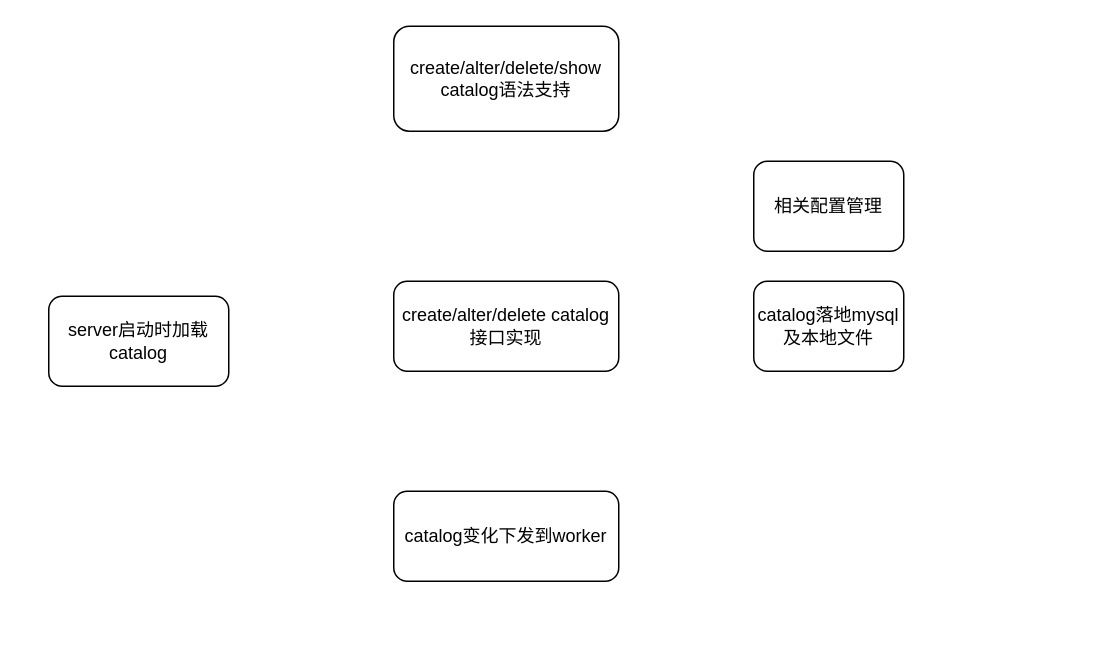
Before: Untitled Diagram.drawio in willhan123/Docs, a draw.io diagram. Source tidied: cells renumbered, new cells numbered last; positions are measured from the earlier drawing's top-left corner, leaving out a move shared by most shapes. Both pictures are drawn from the tidied source at 150%, with x=0, y=0 at pixel (48, 26).
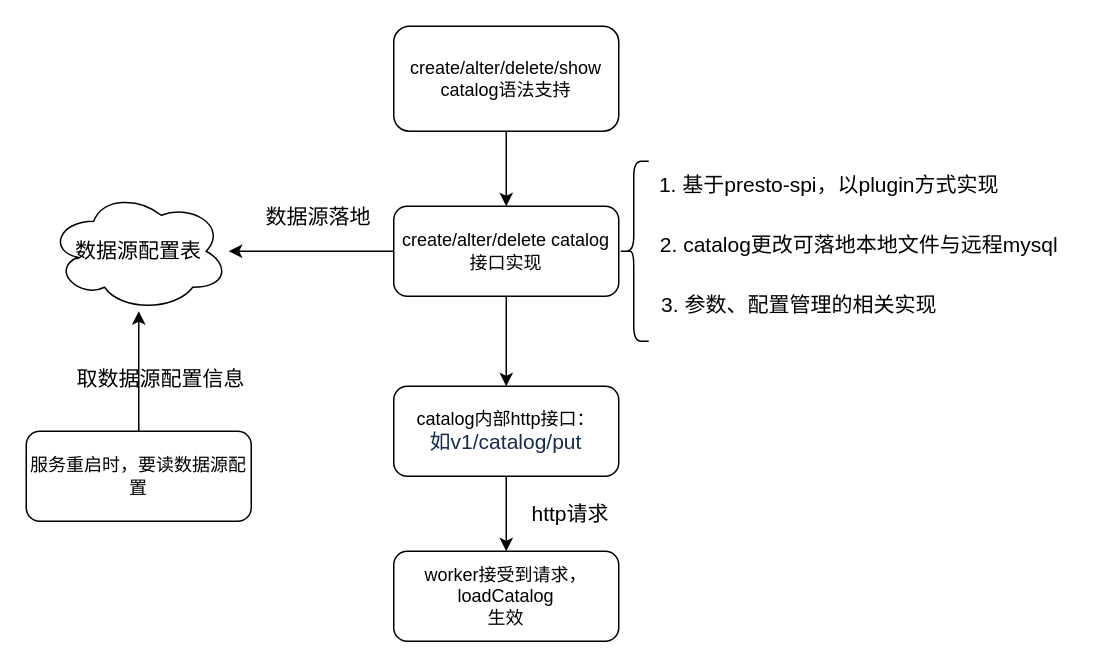
After the change.

The change refers to these unchanged cells:
```xml
<mxCell id="2" value="create/alter/delete/show catalog语法支持" style="rounded=1;whiteSpace=wrap;html=1;" parent="1" vertex="1">
  <mxGeometry x="230" width="150" height="70" as="geometry" />
</mxCell>
```

What changed in the source:
```diff
@@
+    <mxCell id="8" style="edgeStyle=orthogonalEdgeStyle;rounded=0;jettySize=auto;html=1;fontSize=14;" parent="1" edge="1" source="2" target="3">
+      <mxGeometry relative="1" as="geometry" />
+    </mxCell>
@@
+    <mxCell id="9" style="edgeStyle=orthogonalEdgeStyle;rounded=0;jettySize=auto;html=1;fontSize=14;" parent="1" edge="1" source="3" target="4">
+      <mxGeometry relative="1" as="geometry" />
+    </mxCell>
+    <mxCell id="10" style="edgeStyle=orthogonalEdgeStyle;rounded=0;jettySize=auto;html=1;fontSize=14;" parent="1" edge="1" source="3" target="18">
+      <mxGeometry relative="1" as="geometry" />
+    </mxCell>
     <mxCell id="3" value="create/alter/delete catalog接口实现" style="rounded=1;whiteSpace=wrap;html=1;" parent="1" vertex="1">
-      <mxGeometry x="230" y="170" width="150" height="60" as="geometry" />
+      <mxGeometry x="230" y="120" width="150" height="60" as="geometry" />
     </mxCell>
+    <mxCell id="11" style="edgeStyle=orthogonalEdgeStyle;rounded=0;jettySize=auto;html=1;fontSize=14;" parent="1" edge="1" source="4" target="12">
+      <mxGeometry relative="1" as="geometry" />
+    </mxCell>
-    <mxCell id="4" value="catalog变化下发到worker" style="rounded=1;whiteSpace=wrap;html=1;" parent="1" vertex="1">
-      <mxGeometry x="230" y="310" width="150" height="60" as="geometry" />
+    <mxCell id="4" value="&lt;div&gt;catalog内部http接口：&lt;/div&gt;&lt;span style=&quot;color: rgb(23 , 43 , 77) ; font-family: , &amp;#34;blinkmacsystemfont&amp;#34; , &amp;#34;segoe ui&amp;#34; , &amp;#34;roboto&amp;#34; , &amp;#34;oxygen&amp;#34; , &amp;#34;ubuntu&amp;#34; , &amp;#34;fira sans&amp;#34; , &amp;#34;droid sans&amp;#34; , &amp;#34;helvetica neue&amp;#34; , sans-serif ; font-size: 14px ; background-color: rgb(255 , 255 , 255)&quot;&gt;如v1/catalog/put&lt;/span&gt;" style="rounded=1;whiteSpace=wrap;html=1;" parent="1" vertex="1">
+      <mxGeometry x="230" y="240" width="150" height="60" as="geometry" />
     </mxCell>
-    <mxCell id="5" value="server启动时加载catalog" style="rounded=1;whiteSpace=wrap;html=1;" parent="1" vertex="1">
-      <mxGeometry y="180" width="120" height="60" as="geometry" />
-    </mxCell>
-    <mxCell id="6" value="catalog落地mysql及本地文件" style="rounded=1;whiteSpace=wrap;html=1;" parent="1" vertex="1">
-      <mxGeometry x="470" y="170" width="100" height="60" as="geometry" />
-    </mxCell>
-    <mxCell id="7" value="相关配置管理" style="rounded=1;whiteSpace=wrap;html=1;" parent="1" vertex="1">
-      <mxGeometry x="470" y="90" width="100" height="60" as="geometry" />
-    </mxCell>
+    <mxCell id="12" value="worker接受到请求，loadCatalog&lt;br&gt;生效" style="rounded=1;whiteSpace=wrap;html=1;" parent="1" vertex="1">
+      <mxGeometry x="230" y="350" width="150" height="60" as="geometry" />
+    </mxCell>
+    <mxCell id="13" style="shape=curlyBracket;whiteSpace=wrap;html=1;rounded=1;" parent="1" vertex="1">
+      <mxGeometry x="380" y="90" width="20" height="120" as="geometry" />
+    </mxCell>
+    <mxCell id="14" value="&lt;font style=&quot;font-size: 14px&quot;&gt;1. 基于presto-spi，以plugin方式实现&lt;/font&gt;" style="text;html=1;align=center;verticalAlign=middle;strokeColor=none;fillColor=none;" parent="1" vertex="1">
+      <mxGeometry x="400" y="96" width="240" height="20" as="geometry" />
+    </mxCell>
+    <mxCell id="15" value="&lt;font style=&quot;font-size: 14px&quot;&gt;2. catalog更改可落地本地文件与远程mysql&lt;/font&gt;" style="text;html=1;align=center;verticalAlign=middle;strokeColor=none;fillColor=none;" parent="1" vertex="1">
+      <mxGeometry x="400" y="136" width="280" height="20" as="geometry" />
+    </mxCell>
+    <mxCell id="16" style="text;html=1;align=center;verticalAlign=middle;strokeColor=none;fillColor=none;" parent="1" vertex="1">
+      <mxGeometry x="540" y="176" width="20" height="20" as="geometry" />
+    </mxCell>
+    <mxCell id="17" value="3. 参数、配置管理的相关实现" style="text;html=1;align=center;verticalAlign=middle;strokeColor=none;fillColor=none;fontSize=14;" parent="1" vertex="1">
+      <mxGeometry x="400" y="176" width="200" height="20" as="geometry" />
+    </mxCell>
+    <mxCell id="18" value="数据源配置表" style="ellipse;shape=cloud;whiteSpace=wrap;html=1;fontSize=14;" parent="1" vertex="1">
+      <mxGeometry y="110" width="120" height="80" as="geometry" />
+    </mxCell>
+    <mxCell id="19" value="数据源落地" style="text;html=1;strokeColor=none;fillColor=none;align=center;verticalAlign=middle;whiteSpace=wrap;rounded=0;fontSize=14;" parent="1" vertex="1">
+      <mxGeometry x="140" y="112" width="80" height="30" as="geometry" />
+    </mxCell>
+    <mxCell id="20" value="http请求" style="text;html=1;strokeColor=none;fillColor=none;align=center;verticalAlign=middle;whiteSpace=wrap;rounded=0;fontSize=14;" parent="1" vertex="1">
+      <mxGeometry x="318" y="310" width="60" height="30" as="geometry" />
+    </mxCell>
+    <mxCell id="21" style="edgeStyle=orthogonalEdgeStyle;rounded=0;jettySize=auto;html=1;fontSize=14;" parent="1" edge="1" source="22" target="18">
+      <mxGeometry relative="1" as="geometry" />
+    </mxCell>
+    <mxCell id="22" value="服务重启时，要读数据源配置" style="rounded=1;whiteSpace=wrap;html=1;" parent="1" vertex="1">
+      <mxGeometry x="-15" y="270" width="150" height="60" as="geometry" />
+    </mxCell>
+    <mxCell id="23" value="取数据源配置信息" style="text;html=1;strokeColor=none;fillColor=none;align=center;verticalAlign=middle;whiteSpace=wrap;rounded=0;fontSize=14;" parent="1" vertex="1">
+      <mxGeometry x="10" y="220" width="130" height="30" as="geometry" />
+    </mxCell>
```
